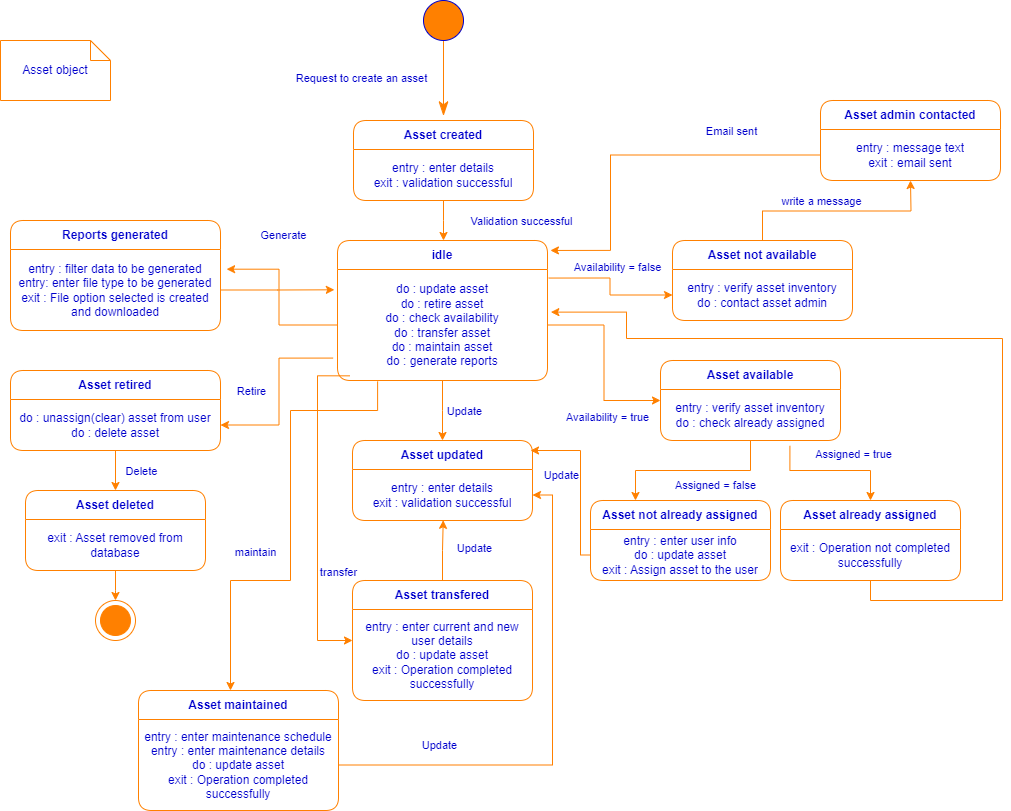
Before: itam-uml/itam-state-diagram/itam-state-diagram-asset-object.png, a diagram exported from draw.io (kxh03/itam). Source tidied: cells renumbered, new cells last; positions are measured from the earlier drawing's top-left corner, leaving out a move shared by most shapes.
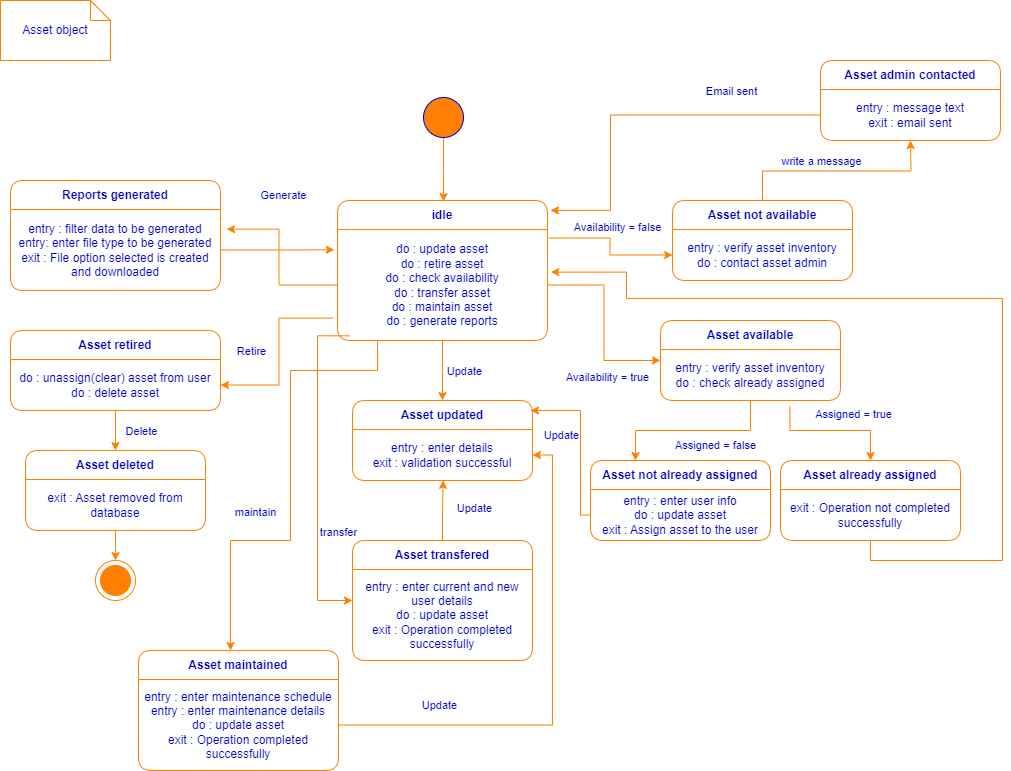
Above is the later version.

Commit message:
Add new state diagrams

Diff of the diagram source:
```diff
@@ -2,33 +2,14 @@
   <root>
     <mxCell id="0" />
     <mxCell id="1" parent="0" />
-    <mxCell id="2" style="edgeStyle=elbowEdgeStyle;rounded=0;elbow=horizontal;html=1;exitX=0.5;exitY=1;entryX=0.459;entryY=-0.058;entryPerimeter=0;labelBackgroundColor=none;endArrow=classicThin;endSize=12;strokeColor=#FF8000;fontColor=#000000;align=right;entryDx=0;entryDy=0;exitDx=0;exitDy=0;endFill=1;" parent="1" edge="1" source="4">
-      <mxGeometry relative="1" as="geometry">
-        <mxPoint x="442.6" y="115.4" as="targetPoint" />
-        <Array as="points">
-          <mxPoint x="443" y="80" />
-        </Array>
-      </mxGeometry>
-    </mxCell>
-    <mxCell id="3" value="Request to create an asset" style="text;html=1;align=center;verticalAlign=middle;labelBackgroundColor=#ffffff;fontSize=11;fontColor=#0000CC;" parent="2" vertex="1">
-      <mxGeometry x="-0.43" y="-19" relative="1" as="geometry">
-        <mxPoint x="-64" y="15" as="offset" />
-      </mxGeometry>
-    </mxCell>
+    <mxCell id="68" style="edgeStyle=orthogonalEdgeStyle;rounded=0;jettySize=auto;html=1;exitX=0.5;exitY=1;exitDx=0;exitDy=0;strokeColor=#FF8000;" parent="1" edge="1" source="4">
+      <mxGeometry relative="1" as="geometry">
+        <mxPoint x="443" y="241" as="targetPoint" />
+      </mxGeometry>
+    </mxCell>
     <mxCell id="4" style="shape=ellipse;html=1;fillColor=#FF8000;fontSize=18;fontColor=#ffffff;strokeColor=#0000CC;align=center;" parent="1" vertex="1">
-      <mxGeometry x="423" width="40" height="40" as="geometry" />
+      <mxGeometry x="423" y="137" width="40" height="40" as="geometry" />
     </mxCell>
-    <mxCell id="5" style="edgeStyle=orthogonalEdgeStyle;rounded=0;jettySize=auto;html=1;strokeColor=#FF8000;" parent="1" edge="1" source="6">
-      <mxGeometry relative="1" as="geometry">
-        <mxPoint x="443" y="240" as="targetPoint" />
-      </mxGeometry>
-    </mxCell>
-    <mxCell id="6" value="&lt;font color=&quot;#0000cc&quot;&gt;Asset created&lt;/font&gt;" style="swimlane;fontStyle=1;align=center;verticalAlign=middle;horizontal=1;startSize=29;html=1;whiteSpace=wrap;strokeColor=#FF8000;rounded=1;swimlaneFillColor=default;" parent="1" vertex="1">
-      <mxGeometry x="353" y="120" width="180" height="80" as="geometry" />
-    </mxCell>
-    <mxCell id="7" value="&lt;font color=&quot;#0000cc&quot;&gt;entry : enter details&lt;/font&gt;&lt;br&gt;&lt;font color=&quot;#0000cc&quot;&gt;exit : validation successful&lt;/font&gt;" style="text;html=1;strokeColor=none;fillColor=none;align=center;verticalAlign=middle;spacingLeft=4;spacingRight=4;overflow=hidden;whiteSpace=wrap;" parent="6" vertex="1">
-      <mxGeometry y="29" width="180" height="51" as="geometry" />
-    </mxCell>
     <mxCell id="8" value="&lt;font color=&quot;#0000cc&quot;&gt;Asset object&lt;/font&gt;" style="shape=note;size=20;whiteSpace=wrap;html=1;strokeColor=#FF8000;" parent="1" vertex="1">
       <mxGeometry y="40" width="110" height="60" as="geometry" />
     </mxCell>
@@ -43,9 +24,6 @@
     <mxCell id="11" value="&lt;font color=&quot;#0000cc&quot;&gt;do : update asset&lt;br&gt;do : retire asset&lt;br&gt;do : check availability&lt;br&gt;do : transfer asset&lt;br&gt;do : maintain asset&lt;br&gt;do : generate reports&lt;br&gt;&lt;/font&gt;" style="text;html=1;strokeColor=none;fillColor=none;align=center;verticalAlign=middle;spacingLeft=4;spacingRight=4;overflow=hidden;points=[[0,0.5],[1,0.5]];portConstraint=eastwest;whiteSpace=wrap;" parent="10" vertex="1">
       <mxGeometry y="29" width="210" height="111" as="geometry" />
     </mxCell>
-    <mxCell id="12" value="Validation successful" style="text;html=1;align=center;verticalAlign=middle;labelBackgroundColor=#ffffff;fontSize=11;fontColor=#0000CC;" parent="1" vertex="1">
-      <mxGeometry x="520" y="220" as="geometry" />
-    </mxCell>
     <mxCell id="13" value="&lt;font color=&quot;#0000cc&quot;&gt;Asset updated&lt;/font&gt;" style="swimlane;fontStyle=1;align=center;verticalAlign=middle;horizontal=1;startSize=29;html=1;whiteSpace=wrap;strokeColor=#FF8000;rounded=1;swimlaneFillColor=default;" parent="1" vertex="1">
       <mxGeometry x="352" y="440" width="180" height="80" as="geometry" />
     </mxCell>
```
